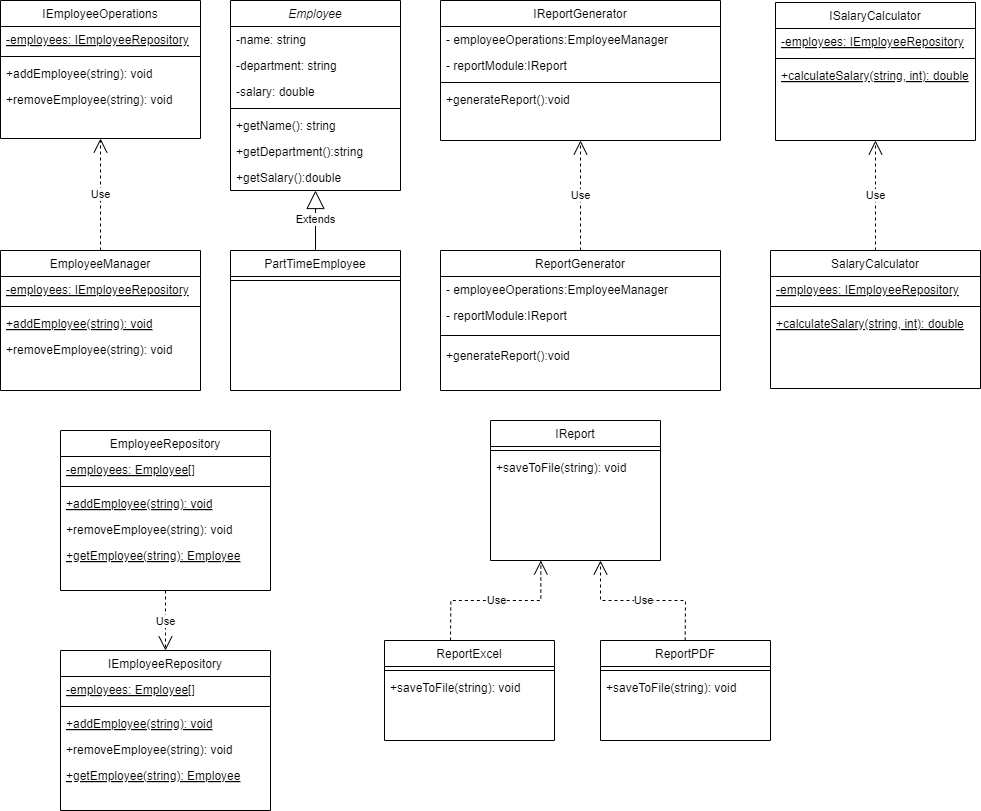
KarenMartinez1/SOLID keeps this draw.io diagram as Task-Solution.png. Above is the earlier version. Source tidied: cells renumbered, new cells last; positions are measured from the earlier drawing's top-left corner, leaving out a move shared by most shapes.
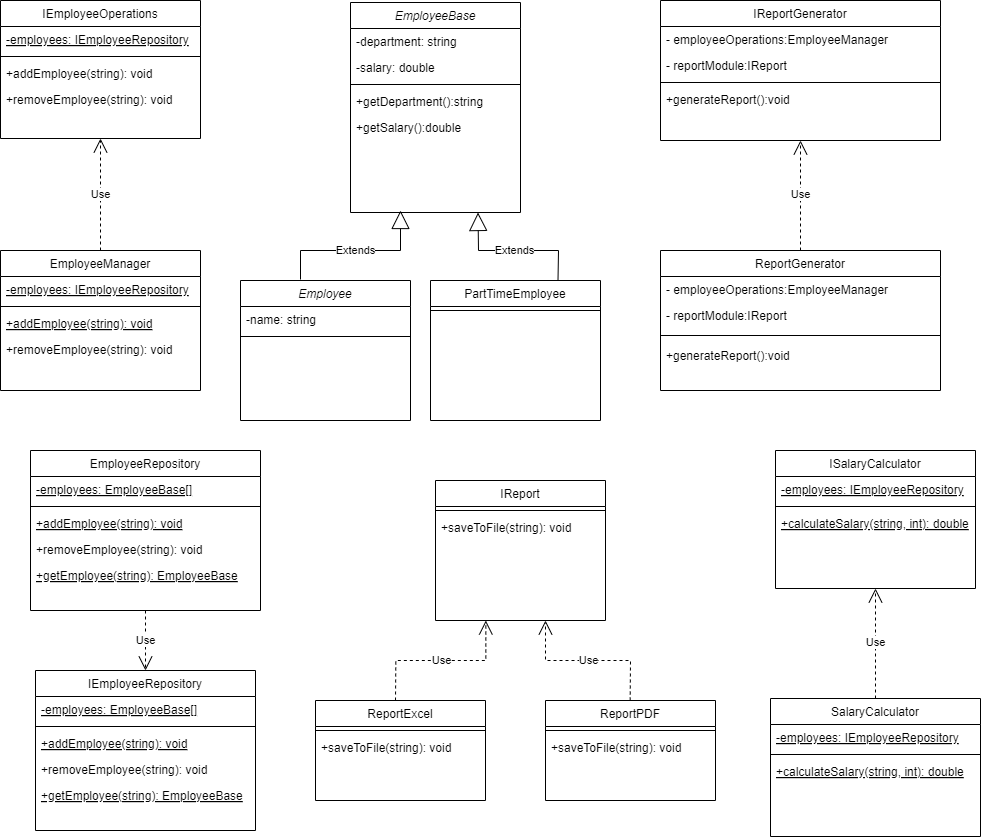
After the commit.

What changed in the source:
```diff
@@ -2,29 +2,23 @@
   <root>
     <mxCell id="0" />
     <mxCell id="1" parent="0" />
-    <mxCell id="2" value="Employee" style="swimlane;fontStyle=2;align=center;verticalAlign=top;horizontal=1;startSize=26;rounded=0;shadow=0;strokeWidth=1;" parent="1" vertex="1">
-      <mxGeometry x="230" width="170" height="190" as="geometry" />
+    <mxCell id="2" value="EmployeeBase" style="swimlane;fontStyle=2;align=center;verticalAlign=top;horizontal=1;startSize=26;rounded=0;shadow=0;strokeWidth=1;" parent="1" vertex="1">
+      <mxGeometry x="350" y="2" width="170" height="210" as="geometry" />
     </mxCell>
-    <mxCell id="3" value="-name: string" style="text;align=left;verticalAlign=top;spacingLeft=4;spacingRight=4;overflow=hidden;" parent="2" vertex="1">
-      <mxGeometry y="26" width="170" height="26" as="geometry" />
-    </mxCell>
     <mxCell id="4" value="-department: string" style="text;align=left;verticalAlign=top;spacingLeft=4;spacingRight=4;overflow=hidden;rounded=0;shadow=0;html=0;" parent="2" vertex="1">
-      <mxGeometry y="52" width="170" height="26" as="geometry" />
+      <mxGeometry y="26" width="170" height="26" as="geometry" />
     </mxCell>
     <mxCell id="5" value="-salary: double" style="text;align=left;verticalAlign=top;spacingLeft=4;spacingRight=4;overflow=hidden;rounded=0;shadow=0;html=0;" parent="2" vertex="1">
-      <mxGeometry y="78" width="170" height="26" as="geometry" />
+      <mxGeometry y="52" width="170" height="26" as="geometry" />
     </mxCell>
     <mxCell id="6" style="line;html=1;strokeWidth=1;align=left;verticalAlign=middle;spacingTop=-1;spacingLeft=3;spacingRight=3;labelPosition=right;" parent="2" vertex="1">
-      <mxGeometry y="104" width="170" height="8" as="geometry" />
+      <mxGeometry y="78" width="170" height="8" as="geometry" />
     </mxCell>
-    <mxCell id="7" value="+getName(): string" style="text;align=left;verticalAlign=top;spacingLeft=4;spacingRight=4;overflow=hidden;" parent="2" vertex="1">
-      <mxGeometry y="112" width="170" height="26" as="geometry" />
-    </mxCell>
     <mxCell id="8" value="+getDepartment():string" style="text;align=left;verticalAlign=top;spacingLeft=4;spacingRight=4;overflow=hidden;" parent="2" vertex="1">
-      <mxGeometry y="138" width="170" height="26" as="geometry" />
+      <mxGeometry y="86" width="170" height="26" as="geometry" />
     </mxCell>
     <mxCell id="9" value="+getSalary():double" style="text;align=left;verticalAlign=top;spacingLeft=4;spacingRight=4;overflow=hidden;" parent="2" vertex="1">
-      <mxGeometry y="164" width="170" height="26" as="geometry" />
+      <mxGeometry y="112" width="170" height="26" as="geometry" />
     </mxCell>
     <mxCell id="10" value="EmployeeManager" style="swimlane;fontStyle=0;align=center;verticalAlign=top;horizontal=1;startSize=26;rounded=0;shadow=0;strokeWidth=1;" parent="1" vertex="1">
       <mxGeometry y="250" width="200" height="140" as="geometry" />
@@ -42,13 +36,13 @@
       <mxGeometry y="86" width="200" height="26" as="geometry" />
     </mxCell>
     <mxCell id="15" value="PartTimeEmployee" style="swimlane;fontStyle=0;align=center;verticalAlign=top;horizontal=1;startSize=26;rounded=0;shadow=0;strokeWidth=1;" parent="1" vertex="1">
-      <mxGeometry x="230" y="250" width="170" height="140" as="geometry" />
+      <mxGeometry x="430" y="280" width="170" height="140" as="geometry" />
     </mxCell>
     <mxCell id="16" style="line;html=1;strokeWidth=1;align=left;verticalAlign=middle;spacingTop=-1;spacingLeft=3;spacingRight=3;labelPosition=right;" parent="15" vertex="1">
       <mxGeometry y="26" width="170" height="8" as="geometry" />
     </mxCell>
     <mxCell id="17" value="ReportGenerator" style="swimlane;fontStyle=0;align=center;verticalAlign=top;horizontal=1;startSize=26;rounded=0;shadow=0;strokeWidth=1;" parent="1" vertex="1">
-      <mxGeometry x="440" y="250" width="280" height="140" as="geometry" />
+      <mxGeometry x="660" y="250" width="280" height="140" as="geometry" />
     </mxCell>
     <mxCell id="18" value="- employeeOperations:EmployeeManager" style="text;align=left;verticalAlign=top;spacingLeft=4;spacingRight=4;overflow=hidden;" parent="17" vertex="1">
       <mxGeometry y="26" width="280" height="26" as="geometry" />
@@ -78,7 +72,7 @@
       <mxGeometry y="86" width="200" height="26" as="geometry" />
     </mxCell>
     <mxCell id="27" value="SalaryCalculator" style="swimlane;fontStyle=0;align=center;verticalAlign=top;horizontal=1;startSize=26;rounded=0;shadow=0;strokeWidth=1;" parent="1" vertex="1">
-      <mxGeometry x="770" y="250" width="210" height="138" as="geometry" />
+      <mxGeometry x="770" y="698" width="210" height="138" as="geometry" />
     </mxCell>
     <mxCell id="28" value="-employees: IEmployeeRepository" style="text;align=left;verticalAlign=top;spacingLeft=4;spacingRight=4;overflow=hidden;fontStyle=4;" parent="27" vertex="1">
       <mxGeometry y="26" width="210" height="26" as="geometry" />
@@ -89,9 +83,6 @@
     <mxCell id="30" value="+calculateSalary(string, int): double" style="text;align=left;verticalAlign=top;spacingLeft=4;spacingRight=4;overflow=hidden;fontStyle=4;" parent="27" vertex="1">
       <mxGeometry y="60" width="210" height="26" as="geometry" />
     </mxCell>
-    <mxCell id="31" value="Extends" style="endArrow=block;endSize=16;endFill=0;html=1;rounded=0;entryX=0.5;entryY=1;entryDx=0;entryDy=0;exitX=0.5;exitY=0;exitDx=0;exitDy=0;" parent="1" edge="1" source="15" target="2">
-      <mxGeometry relative="1" as="geometry" />
-    </mxCell>
     <mxCell id="32" value="Use" style="endArrow=open;endSize=12;dashed=1;html=1;rounded=0;exitX=0.5;exitY=0;exitDx=0;exitDy=0;entryX=0.5;entryY=1;entryDx=0;entryDy=0;" parent="1" edge="1" source="10" target="22">
       <mxGeometry relative="1" as="geometry" />
     </mxCell>
@@ -99,7 +90,7 @@
       <mxGeometry relative="1" as="geometry" />
     </mxCell>
     <mxCell id="34" value="ISalaryCalculator" style="swimlane;fontStyle=0;align=center;verticalAlign=top;horizontal=1;startSize=26;rounded=0;shadow=0;strokeWidth=1;" parent="1" vertex="1">
-      <mxGeometry x="775" y="2" width="200" height="138" as="geometry" />
+      <mxGeometry x="775" y="450" width="200" height="138" as="geometry" />
     </mxCell>
     <mxCell id="35" value="-employees: IEmployeeRepository" style="text;align=left;verticalAlign=top;spacingLeft=4;spacingRight=4;overflow=hidden;fontStyle=4;" parent="34" vertex="1">
       <mxGeometry y="26" width="200" height="26" as="geometry" />
@@ -114,7 +105,7 @@
       <mxGeometry relative="1" as="geometry" />
     </mxCell>
     <mxCell id="39" value="IReportGenerator" style="swimlane;fontStyle=0;align=center;verticalAlign=top;horizontal=1;startSize=26;rounded=0;shadow=0;strokeWidth=1;" parent="1" vertex="1">
-      <mxGeometry x="440" width="280" height="140" as="geometry" />
+      <mxGeometry x="660" width="280" height="140" as="geometry" />
     </mxCell>
     <mxCell id="40" value="- employeeOperations:EmployeeManager" style="text;align=left;verticalAlign=top;spacingLeft=4;spacingRight=4;overflow=hidden;" parent="39" vertex="1">
       <mxGeometry y="26" width="280" height="26" as="geometry" />
@@ -129,7 +120,7 @@
       <mxGeometry y="86" width="280" height="26" as="geometry" />
     </mxCell>
     <mxCell id="44" value="ReportExcel" style="swimlane;fontStyle=0;align=center;verticalAlign=top;horizontal=1;startSize=26;rounded=0;shadow=0;strokeWidth=1;" parent="1" vertex="1">
-      <mxGeometry x="384" y="640" width="170" height="100" as="geometry" />
+      <mxGeometry x="315" y="700" width="170" height="100" as="geometry" />
     </mxCell>
     <mxCell id="45" style="line;html=1;strokeWidth=1;align=left;verticalAlign=middle;spacingTop=-1;spacingLeft=3;spacingRight=3;labelPosition=right;" parent="44" vertex="1">
       <mxGeometry y="26" width="170" height="8" as="geometry" />
@@ -138,7 +129,7 @@
       <mxGeometry y="34" width="170" height="26" as="geometry" />
     </mxCell>
     <mxCell id="47" value="ReportPDF" style="swimlane;fontStyle=0;align=center;verticalAlign=top;horizontal=1;startSize=26;rounded=0;shadow=0;strokeWidth=1;" parent="1" vertex="1">
-      <mxGeometry x="600" y="640" width="170" height="100" as="geometry" />
+      <mxGeometry x="545" y="700" width="170" height="100" as="geometry" />
     </mxCell>
     <mxCell id="48" style="line;html=1;strokeWidth=1;align=left;verticalAlign=middle;spacingTop=-1;spacingLeft=3;spacingRight=3;labelPosition=right;" parent="47" vertex="1">
       <mxGeometry y="26" width="170" height="8" as="geometry" />
@@ -147,7 +138,7 @@
       <mxGeometry y="34" width="170" height="26" as="geometry" />
     </mxCell>
     <mxCell id="50" value="IReport" style="swimlane;fontStyle=0;align=center;verticalAlign=top;horizontal=1;startSize=26;rounded=0;shadow=0;strokeWidth=1;" parent="1" vertex="1">
-      <mxGeometry x="490" y="420" width="170" height="140" as="geometry" />
+      <mxGeometry x="435" y="480" width="170" height="140" as="geometry" />
     </mxCell>
     <mxCell id="51" style="line;html=1;strokeWidth=1;align=left;verticalAlign=middle;spacingTop=-1;spacingLeft=3;spacingRight=3;labelPosition=right;" parent="50" vertex="1">
       <mxGeometry y="26" width="170" height="8" as="geometry" />
@@ -157,62 +148,89 @@
     </mxCell>
     <mxCell id="53" value="Use" style="endArrow=open;endSize=12;dashed=1;html=1;rounded=0;exitX=0.5;exitY=0;exitDx=0;exitDy=0;" parent="1" edge="1">
       <mxGeometry relative="1" as="geometry">
-        <mxPoint x="684.7" y="640" as="sourcePoint" />
-        <mxPoint x="600" y="560" as="targetPoint" />
+        <mxPoint x="629.7" y="700" as="sourcePoint" />
+        <mxPoint x="545" y="620" as="targetPoint" />
         <Array as="points">
-          <mxPoint x="685" y="600" />
-          <mxPoint x="600" y="600" />
+          <mxPoint x="630" y="660" />
+          <mxPoint x="545" y="660" />
         </Array>
       </mxGeometry>
     </mxCell>
     <mxCell id="54" value="Use" style="endArrow=open;endSize=12;dashed=1;html=1;rounded=0;exitX=0.5;exitY=0;exitDx=0;exitDy=0;" parent="1" edge="1">
       <mxGeometry relative="1" as="geometry">
-        <mxPoint x="450" y="640" as="sourcePoint" />
-        <mxPoint x="540.3" y="560" as="targetPoint" />
+        <mxPoint x="395" y="700" as="sourcePoint" />
+        <mxPoint x="485.3" y="620" as="targetPoint" />
         <Array as="points">
-          <mxPoint x="450.3" y="600" />
-          <mxPoint x="540.3" y="600" />
+          <mxPoint x="395.3" y="660" />
+          <mxPoint x="485.3" y="660" />
         </Array>
       </mxGeometry>
     </mxCell>
     <mxCell id="55" value="EmployeeRepository" style="swimlane;fontStyle=0;align=center;verticalAlign=top;horizontal=1;startSize=26;rounded=0;shadow=0;strokeWidth=1;" parent="1" vertex="1">
-      <mxGeometry x="60" y="430" width="210" height="160" as="geometry" />
+      <mxGeometry x="30" y="450" width="230" height="160" as="geometry" />
     </mxCell>
-    <mxCell id="56" value="-employees: Employee[]" style="text;align=left;verticalAlign=top;spacingLeft=4;spacingRight=4;overflow=hidden;fontStyle=4;" parent="55" vertex="1">
-      <mxGeometry y="26" width="210" height="26" as="geometry" />
+    <mxCell id="56" value="-employees: EmployeeBase[]" style="text;align=left;verticalAlign=top;spacingLeft=4;spacingRight=4;overflow=hidden;fontStyle=4;" parent="55" vertex="1">
+      <mxGeometry y="26" width="230" height="26" as="geometry" />
     </mxCell>
     <mxCell id="57" style="line;html=1;strokeWidth=1;align=left;verticalAlign=middle;spacingTop=-1;spacingLeft=3;spacingRight=3;labelPosition=right;" parent="55" vertex="1">
-      <mxGeometry y="52" width="210" height="8" as="geometry" />
+      <mxGeometry y="52" width="230" height="8" as="geometry" />
     </mxCell>
     <mxCell id="58" value="+addEmployee(string): void" style="text;align=left;verticalAlign=top;spacingLeft=4;spacingRight=4;overflow=hidden;fontStyle=4;" parent="55" vertex="1">
-      <mxGeometry y="60" width="210" height="26" as="geometry" />
+      <mxGeometry y="60" width="230" height="26" as="geometry" />
     </mxCell>
     <mxCell id="59" value="+removeEmployee(string): void" style="text;align=left;verticalAlign=top;spacingLeft=4;spacingRight=4;overflow=hidden;" parent="55" vertex="1">
-      <mxGeometry y="86" width="210" height="26" as="geometry" />
+      <mxGeometry y="86" width="230" height="26" as="geometry" />
     </mxCell>
-    <mxCell id="60" value="+getEmployee(string): Employee" style="text;align=left;verticalAlign=top;spacingLeft=4;spacingRight=4;overflow=hidden;fontStyle=4;" parent="55" vertex="1">
-      <mxGeometry y="112" width="210" height="26" as="geometry" />
+    <mxCell id="60" value="+getEmployee(string): EmployeeBase" style="text;align=left;verticalAlign=top;spacingLeft=4;spacingRight=4;overflow=hidden;fontStyle=4;" parent="55" vertex="1">
+      <mxGeometry y="112" width="230" height="26" as="geometry" />
     </mxCell>
     <mxCell id="61" value="IEmployeeRepository" style="swimlane;fontStyle=0;align=center;verticalAlign=top;horizontal=1;startSize=26;rounded=0;shadow=0;strokeWidth=1;" parent="1" vertex="1">
-      <mxGeometry x="60" y="650" width="210" height="160" as="geometry" />
+      <mxGeometry x="35" y="670" width="220" height="160" as="geometry" />
     </mxCell>
-    <mxCell id="62" value="-employees: Employee[]" style="text;align=left;verticalAlign=top;spacingLeft=4;spacingRight=4;overflow=hidden;fontStyle=4;" parent="61" vertex="1">
-      <mxGeometry y="26" width="210" height="26" as="geometry" />
+    <mxCell id="62" value="-employees: EmployeeBase[]" style="text;align=left;verticalAlign=top;spacingLeft=4;spacingRight=4;overflow=hidden;fontStyle=4;" parent="61" vertex="1">
+      <mxGeometry y="26" width="220" height="26" as="geometry" />
     </mxCell>
     <mxCell id="63" style="line;html=1;strokeWidth=1;align=left;verticalAlign=middle;spacingTop=-1;spacingLeft=3;spacingRight=3;labelPosition=right;" parent="61" vertex="1">
-      <mxGeometry y="52" width="210" height="8" as="geometry" />
+      <mxGeometry y="52" width="220" height="8" as="geometry" />
     </mxCell>
     <mxCell id="64" value="+addEmployee(string): void" style="text;align=left;verticalAlign=top;spacingLeft=4;spacingRight=4;overflow=hidden;fontStyle=4;" parent="61" vertex="1">
-      <mxGeometry y="60" width="210" height="26" as="geometry" />
+      <mxGeometry y="60" width="220" height="26" as="geometry" />
     </mxCell>
     <mxCell id="65" value="+removeEmployee(string): void" style="text;align=left;verticalAlign=top;spacingLeft=4;spacingRight=4;overflow=hidden;" parent="61" vertex="1">
-      <mxGeometry y="86" width="210" height="26" as="geometry" />
+      <mxGeometry y="86" width="220" height="26" as="geometry" />
     </mxCell>
-    <mxCell id="66" value="+getEmployee(string): Employee" style="text;align=left;verticalAlign=top;spacingLeft=4;spacingRight=4;overflow=hidden;fontStyle=4;" parent="61" vertex="1">
-      <mxGeometry y="112" width="210" height="26" as="geometry" />
+    <mxCell id="66" value="+getEmployee(string): EmployeeBase" style="text;align=left;verticalAlign=top;spacingLeft=4;spacingRight=4;overflow=hidden;fontStyle=4;" parent="61" vertex="1">
+      <mxGeometry y="112" width="220" height="26" as="geometry" />
     </mxCell>
     <mxCell id="67" value="Use" style="endArrow=open;endSize=12;dashed=1;html=1;rounded=0;exitX=0.5;exitY=1;exitDx=0;exitDy=0;entryX=0.5;entryY=0;entryDx=0;entryDy=0;" parent="1" edge="1" source="55" target="61">
       <mxGeometry relative="1" as="geometry" />
     </mxCell>
+    <mxCell id="68" value="Employee" style="swimlane;fontStyle=2;align=center;verticalAlign=top;horizontal=1;startSize=26;rounded=0;shadow=0;strokeWidth=1;" parent="1" vertex="1">
+      <mxGeometry x="240" y="280" width="170" height="140" as="geometry" />
+    </mxCell>
+    <mxCell id="3" value="-name: string" style="text;align=left;verticalAlign=top;spacingLeft=4;spacingRight=4;overflow=hidden;" parent="68" vertex="1">
+      <mxGeometry y="26" width="170" height="26" as="geometry" />
+    </mxCell>
+    <mxCell id="69" style="line;html=1;strokeWidth=1;align=left;verticalAlign=middle;spacingTop=-1;spacingLeft=3;spacingRight=3;labelPosition=right;" parent="68" vertex="1">
+      <mxGeometry y="52" width="170" height="8" as="geometry" />
+    </mxCell>
+    <mxCell id="31" value="Extends" style="endArrow=block;endSize=16;endFill=0;html=1;rounded=0;exitX=0.75;exitY=0;exitDx=0;exitDy=0;entryX=0.75;entryY=1;entryDx=0;entryDy=0;" parent="1" edge="1" source="15" target="2">
+      <mxGeometry relative="1" as="geometry">
+        <Array as="points">
+          <mxPoint x="558" y="250" />
+          <mxPoint x="478" y="250" />
+        </Array>
+      </mxGeometry>
+    </mxCell>
+    <mxCell id="70" value="Extends" style="endArrow=block;endSize=16;endFill=0;html=1;rounded=0;" parent="1" edge="1">
+      <mxGeometry relative="1" as="geometry">
+        <mxPoint x="300" y="279" as="sourcePoint" />
+        <mxPoint x="400" y="210" as="targetPoint" />
+        <Array as="points">
+          <mxPoint x="300" y="250" />
+          <mxPoint x="400" y="250" />
+        </Array>
+      </mxGeometry>
+    </mxCell>
   </root>
 </mxGraphModel>
```
